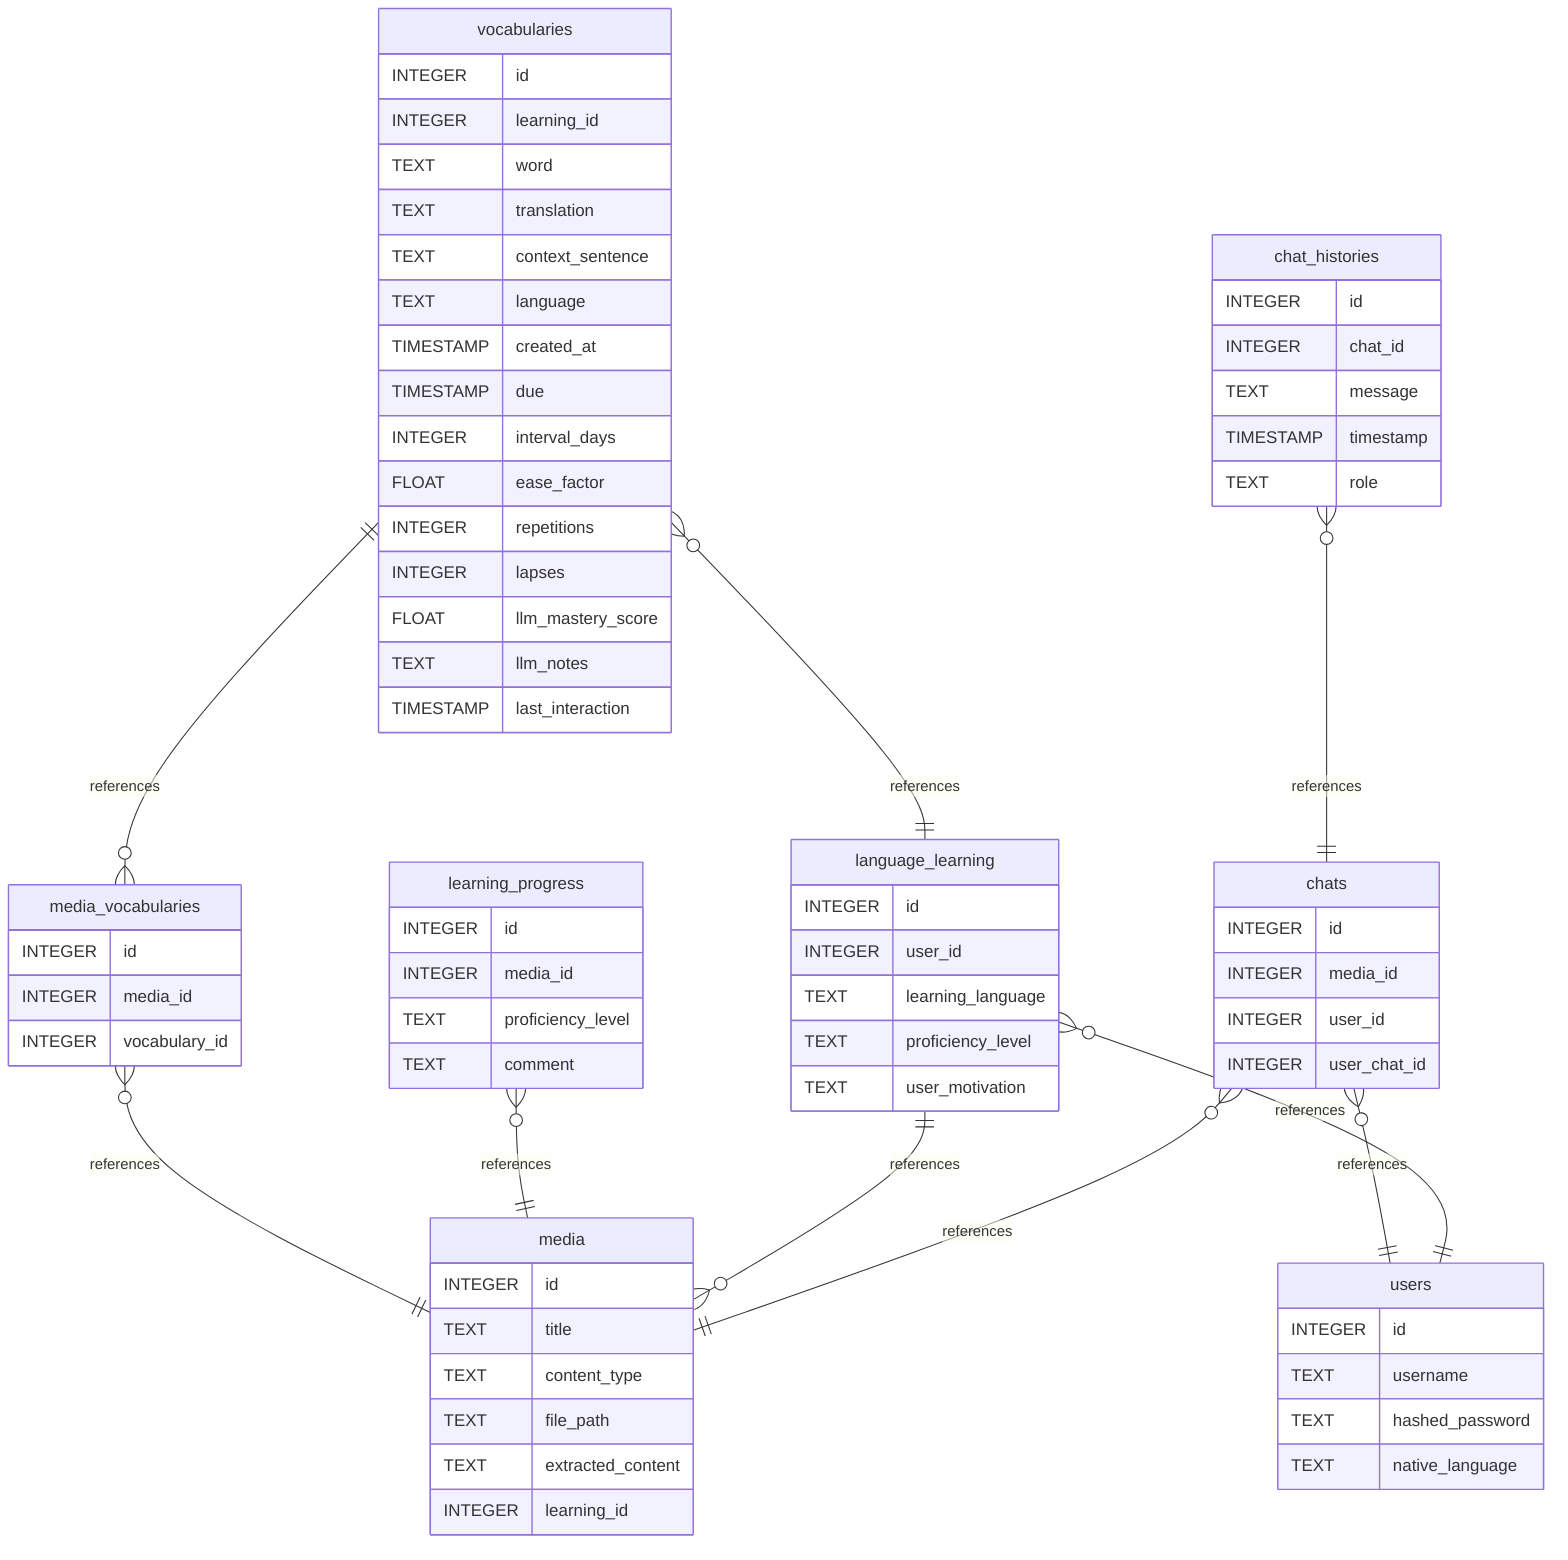
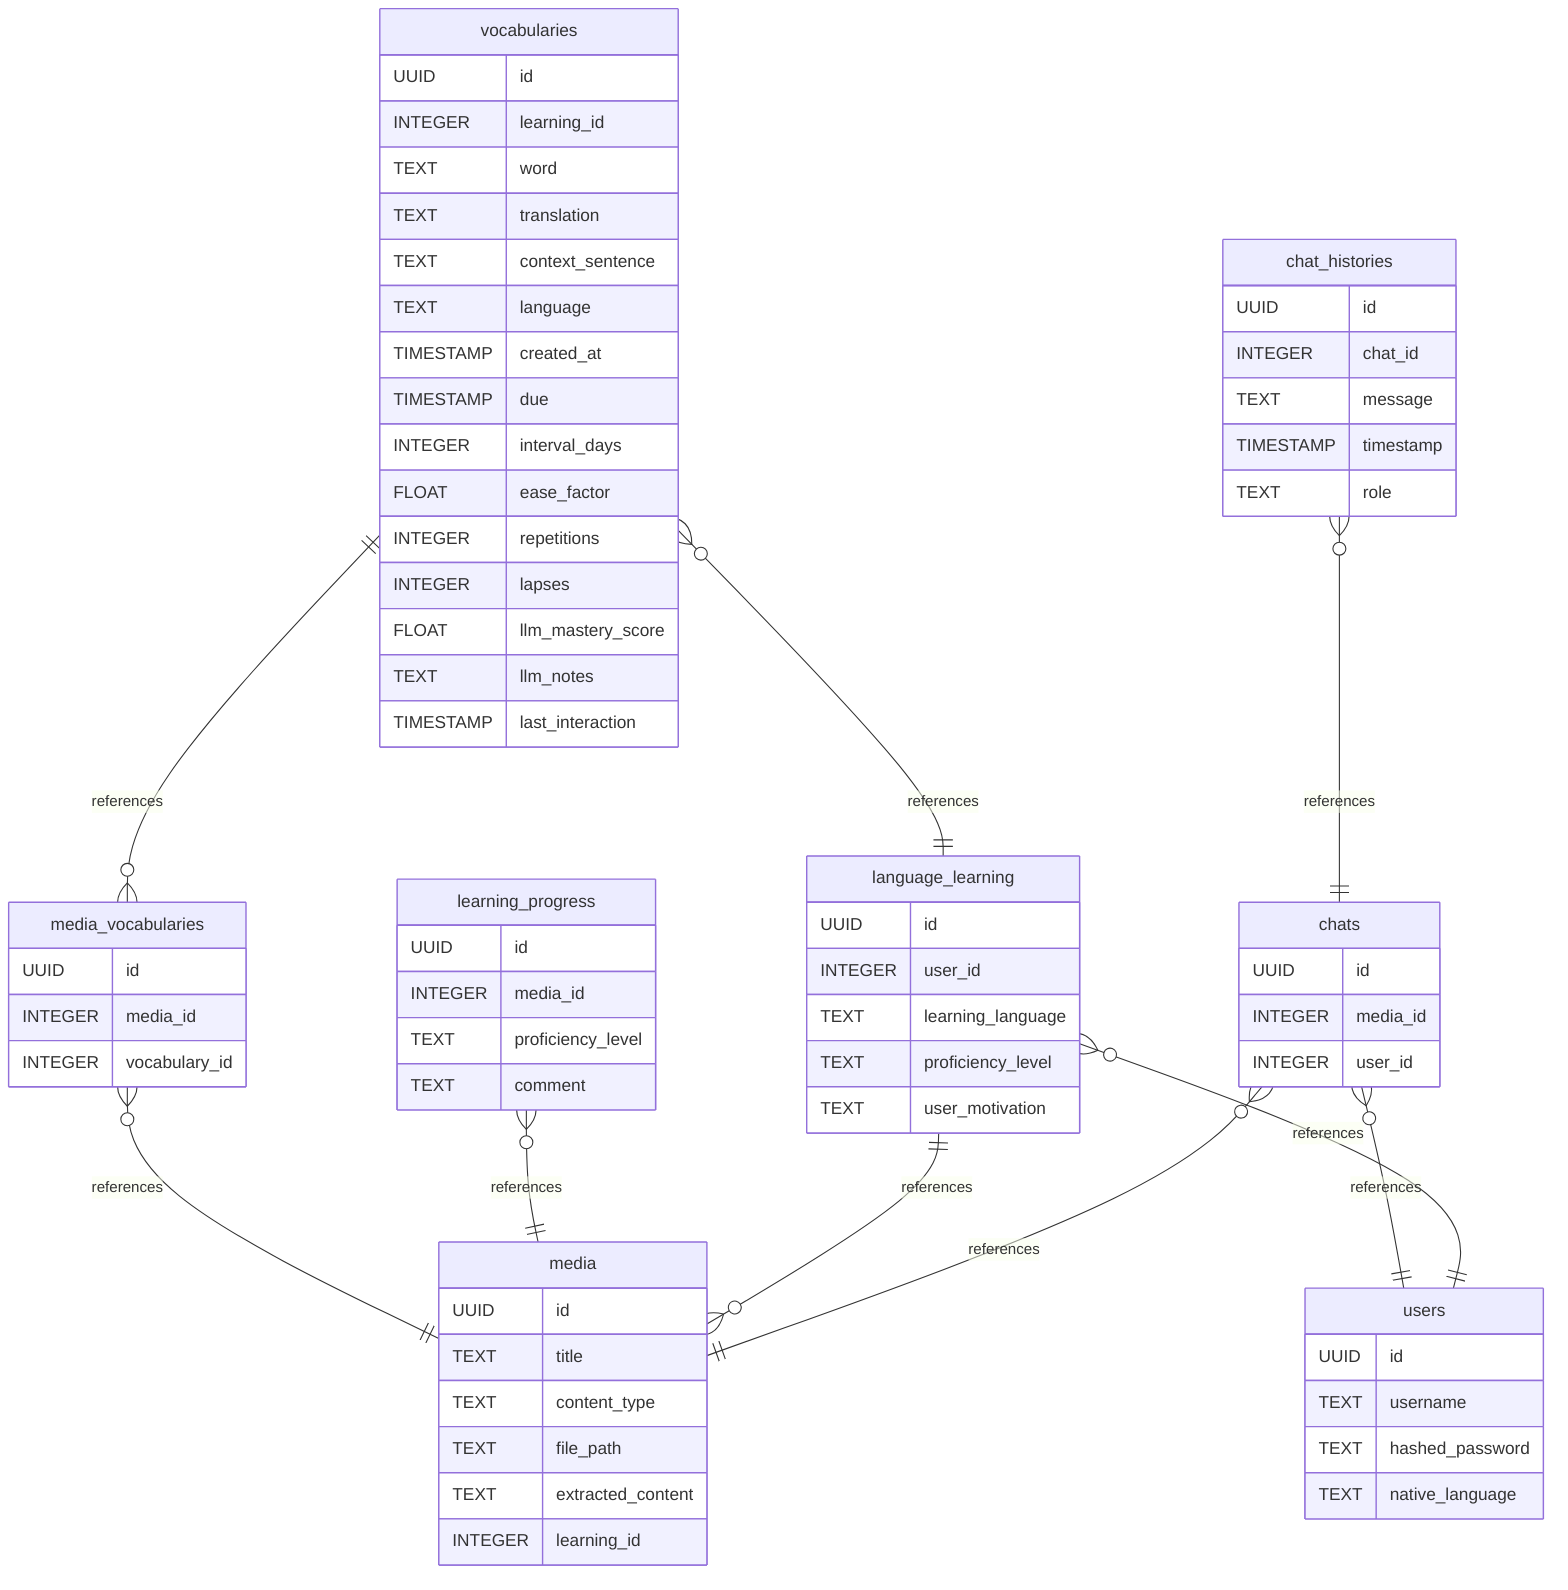
erDiagram
    chat_histories }o--|| chats: references
    chats }o--|| media: references
    language_learning }o--|| users: references
    language_learning ||--o{ media: references
    learning_progress }o--|| media: references
    media_vocabularies }o--|| media: references
    vocabularies ||--o{ media_vocabularies: references
    vocabularies }o--|| language_learning: references
    chats }o--|| users: references

    users {
-         INTEGER id
+         UUID id
        TEXT username
        TEXT hashed_password
        TEXT native_language
    }

    media {
-         INTEGER id
+         UUID id
        TEXT title
        TEXT content_type
        TEXT file_path
        TEXT extracted_content
        INTEGER learning_id
    }

    vocabularies {
-         INTEGER id
+         UUID id
        INTEGER learning_id
        TEXT word
        TEXT translation
        TEXT context_sentence
        TEXT language
        TIMESTAMP created_at
        TIMESTAMP due
        INTEGER interval_days
        FLOAT ease_factor
        INTEGER repetitions
        INTEGER lapses
        FLOAT llm_mastery_score
        TEXT llm_notes
        TIMESTAMP last_interaction
    }

    chats {
-         INTEGER id
+         UUID id
        INTEGER media_id
        INTEGER user_id
-         INTEGER user_chat_id
    }

    chat_histories {
-         INTEGER id
+         UUID id
        INTEGER chat_id
        TEXT message
        TIMESTAMP timestamp
        TEXT role
    }

    language_learning {
-         INTEGER id
+         UUID id
        INTEGER user_id
        TEXT learning_language
        TEXT proficiency_level
        TEXT user_motivation
    }

    learning_progress {
-         INTEGER id
+         UUID id
        INTEGER media_id
        TEXT proficiency_level
        TEXT comment
    }

    media_vocabularies {
-         INTEGER id
+         UUID id
        INTEGER media_id
        INTEGER vocabulary_id
    }